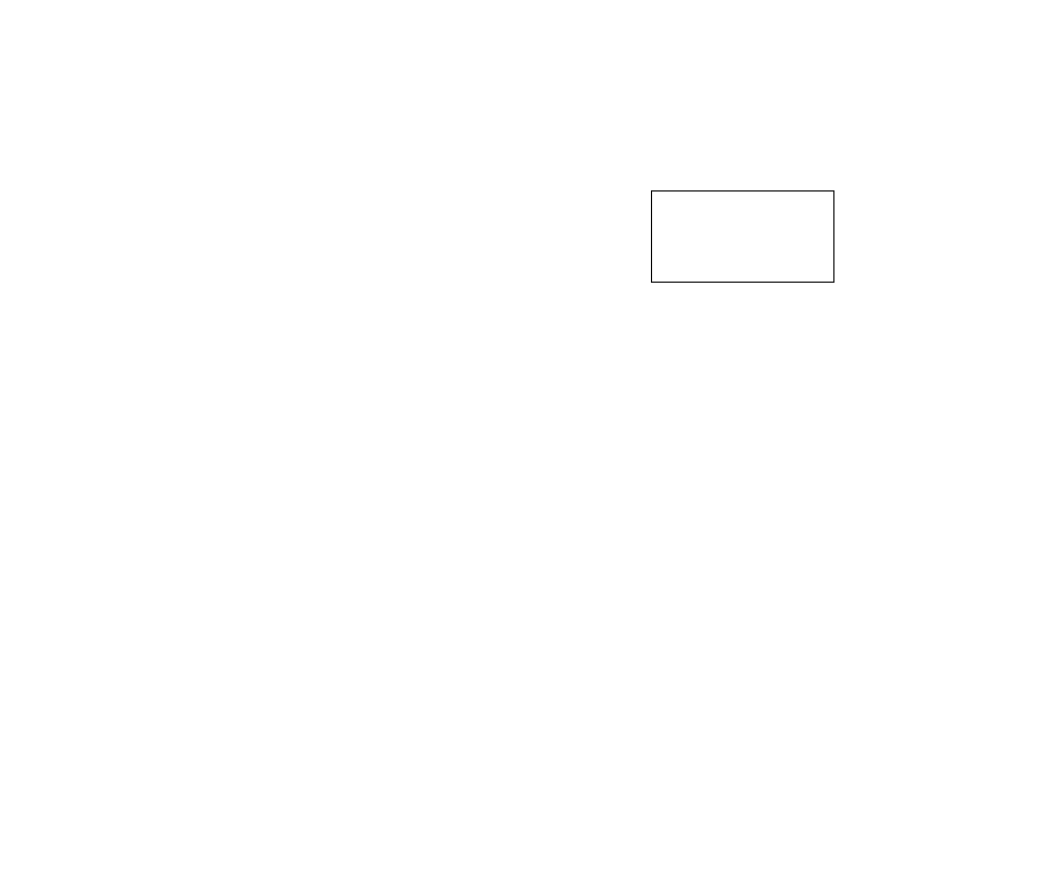
Earlier version of the draw.io diagram DFD.drawio (fitranurindra/13220011_Latihan-4_DataFlowDiagram). Source tidied: cells renumbered, new cells numbered last; positions are measured from the earlier drawing's top-left corner, leaving out a move shared by most shapes. Both pictures are drawn from the tidied source at 114%, with x=0, y=0 at pixel (651, 190).
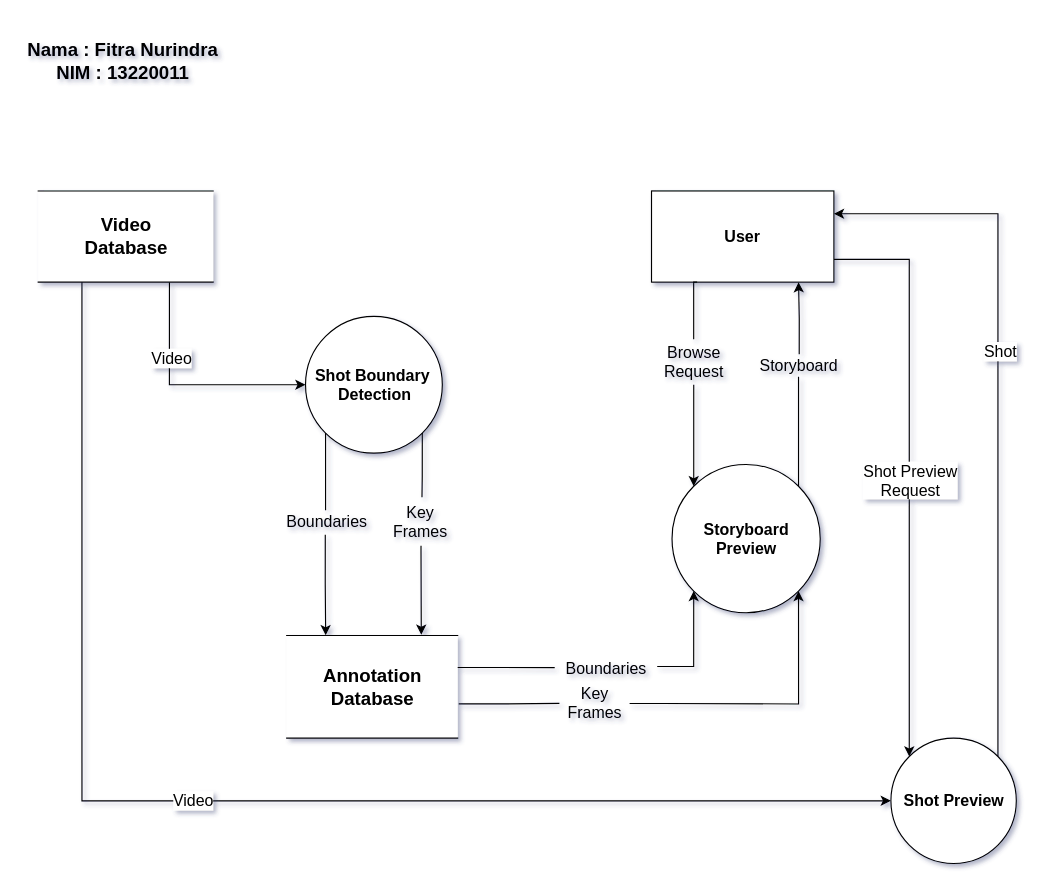
After the change.

What changed in the source:
```diff
@@
-<mxGraphModel>
+<mxGraphModel background="#ffffff" shadow="1">
@@
+    <mxCell id="3" style="edgeStyle=orthogonalEdgeStyle;rounded=0;jettySize=auto;html=1;entryX=0;entryY=0;entryDx=0;entryDy=0;fontSize=14;startArrow=none;" parent="1" edge="1" source="14" target="10">
+      <mxGeometry relative="1" as="geometry" />
+    </mxCell>
+    <mxCell id="4" style="edgeStyle=orthogonalEdgeStyle;rounded=0;jettySize=auto;html=1;exitX=1;exitY=0.75;exitDx=0;exitDy=0;entryX=0;entryY=0;entryDx=0;entryDy=0;fontSize=14;" parent="1" edge="1" source="2" target="13">
+      <mxGeometry relative="1" as="geometry" />
+    </mxCell>
+    <mxCell id="5" value="Shot Preview&lt;br&gt;Request" style="edgeLabel;html=1;align=center;verticalAlign=middle;fontSize=14;" parent="4" vertex="1">
+      <mxGeometry x="0.04" relative="1" as="geometry">
+        <mxPoint y="-1" as="offset" />
+      </mxGeometry>
+    </mxCell>
-    <mxCell id="2" style="rounded=0;whiteSpace=wrap;html=1;hachureGap=4;" parent="1" vertex="1">
+    <mxCell id="2" value="&lt;h3&gt;&lt;b&gt;User&lt;/b&gt;&lt;/h3&gt;" style="rounded=0;whiteSpace=wrap;html=1;hachureGap=4;" parent="1" vertex="1">
       <mxGeometry width="160" height="80" as="geometry" />
     </mxCell>
+    <mxCell id="6" style="edgeStyle=orthogonalEdgeStyle;rounded=0;jettySize=auto;html=1;exitX=0.487;exitY=1.079;exitDx=0;exitDy=0;fontSize=14;entryX=0.228;entryY=-0.003;entryDx=0;entryDy=0;entryPerimeter=0;startArrow=none;exitPerimeter=0;" parent="1" edge="1" source="25" target="20">
+      <mxGeometry relative="1" as="geometry" />
+    </mxCell>
+    <mxCell id="7" style="edgeStyle=orthogonalEdgeStyle;rounded=0;jettySize=auto;html=1;entryX=0.787;entryY=-0.008;entryDx=0;entryDy=0;entryPerimeter=0;fontSize=14;startArrow=none;exitX=0.522;exitY=1.032;exitDx=0;exitDy=0;exitPerimeter=0;" parent="1" edge="1" source="27" target="20">
+      <mxGeometry relative="1" as="geometry">
+        <Array as="points">
+          <mxPoint x="-202" y="314" />
+          <mxPoint x="-202" y="314" />
+        </Array>
+      </mxGeometry>
+    </mxCell>
+    <mxCell id="8" value="&lt;h3&gt;Shot Boundary&amp;nbsp;&lt;br&gt;Detection&lt;br&gt;&lt;/h3&gt;" style="shape=ellipse;html=1;dashed=0;whitespace=wrap;perimeter=ellipsePerimeter;align=center;" parent="1" vertex="1">
+      <mxGeometry x="-303.5" y="110" width="120" height="120" as="geometry" />
+    </mxCell>
+    <mxCell id="9" style="edgeStyle=orthogonalEdgeStyle;rounded=0;jettySize=auto;html=1;fontSize=14;startArrow=none;exitX=0.507;exitY=0.014;exitDx=0;exitDy=0;exitPerimeter=0;" parent="1" edge="1" source="16">
+      <mxGeometry relative="1" as="geometry">
+        <mxPoint x="129" y="80" as="targetPoint" />
+      </mxGeometry>
+    </mxCell>
+    <mxCell id="10" value="&lt;h3&gt;&lt;b style=&quot;font-size: 12px&quot;&gt;&lt;span style=&quot;font-size: 14px&quot;&gt;Storyboard&lt;/span&gt;&lt;/b&gt;&lt;br&gt;&lt;b style=&quot;font-size: 12px&quot;&gt;&lt;span style=&quot;font-size: 14px&quot;&gt;Preview&lt;/span&gt;&lt;/b&gt;&lt;br&gt;&lt;/h3&gt;" style="shape=ellipse;html=1;dashed=0;whitespace=wrap;perimeter=ellipsePerimeter;align=center;" parent="1" vertex="1">
+      <mxGeometry x="18" y="240" width="130" height="130" as="geometry" />
+    </mxCell>
+    <mxCell id="11" style="edgeStyle=orthogonalEdgeStyle;rounded=0;jettySize=auto;html=1;exitX=1;exitY=0;exitDx=0;exitDy=0;entryX=1;entryY=0.25;entryDx=0;entryDy=0;fontSize=14;" parent="1" edge="1" source="13" target="2">
+      <mxGeometry relative="1" as="geometry">
+        <Array as="points">
+          <mxPoint x="304" y="20" />
+        </Array>
+      </mxGeometry>
+    </mxCell>
+    <mxCell id="12" value="Shot" style="edgeLabel;html=1;align=center;verticalAlign=middle;fontSize=14;" parent="11" vertex="1">
+      <mxGeometry x="0.15" y="-2" relative="1" as="geometry">
+        <mxPoint y="1" as="offset" />
+      </mxGeometry>
+    </mxCell>
+    <mxCell id="13" value="&lt;h3&gt;&lt;span style=&quot;font-size: 14px&quot;&gt;Shot Preview&lt;/span&gt;&lt;/h3&gt;" style="shape=ellipse;html=1;dashed=0;whitespace=wrap;perimeter=ellipsePerimeter;align=center;" parent="1" vertex="1">
+      <mxGeometry x="210" y="480" width="110" height="110" as="geometry" />
+    </mxCell>
+    <mxCell id="14" value="Browse&lt;br&gt;Request" style="text;html=1;align=center;verticalAlign=middle;points=[];strokeColor=none;fillColor=none;fontSize=14;" parent="1" vertex="1">
+      <mxGeometry x="2" y="130" width="70" height="40" as="geometry" />
+    </mxCell>
+    <mxCell id="15" style="edgeStyle=orthogonalEdgeStyle;rounded=0;jettySize=auto;html=1;fontSize=14;endArrow=none;exitX=0.25;exitY=1;exitDx=0;exitDy=0;" parent="1" edge="1" source="2" target="14">
+      <mxGeometry relative="1" as="geometry">
+        <Array as="points">
+          <mxPoint x="37" y="80" />
+        </Array>
+      </mxGeometry>
+    </mxCell>
+    <mxCell id="16" value="Storyboard" style="text;html=1;align=center;verticalAlign=middle;points=[];strokeColor=none;fillColor=none;fontSize=14;" parent="1" vertex="1">
+      <mxGeometry x="89" y="143" width="80" height="20" as="geometry" />
+    </mxCell>
+    <mxCell id="17" style="edgeStyle=orthogonalEdgeStyle;rounded=0;jettySize=auto;html=1;exitX=1;exitY=0;exitDx=0;exitDy=0;fontSize=14;endArrow=none;" parent="1" edge="1" source="10" target="16">
+      <mxGeometry relative="1" as="geometry" />
+    </mxCell>
+    <mxCell id="18" style="edgeStyle=orthogonalEdgeStyle;rounded=0;jettySize=auto;html=1;exitX=1;exitY=0.406;exitDx=0;exitDy=0;entryX=0;entryY=1;entryDx=0;entryDy=0;fontSize=14;startArrow=none;exitPerimeter=0;" parent="1" edge="1" source="21" target="10">
+      <mxGeometry relative="1" as="geometry" />
+    </mxCell>
+    <mxCell id="19" style="edgeStyle=orthogonalEdgeStyle;rounded=0;jettySize=auto;html=1;entryX=1;entryY=1;entryDx=0;entryDy=0;fontSize=14;startArrow=none;exitX=1.013;exitY=0.516;exitDx=0;exitDy=0;exitPerimeter=0;" parent="1" edge="1" source="23" target="10">
+      <mxGeometry relative="1" as="geometry">
+        <Array as="points">
+          <mxPoint x="10" y="450" />
+          <mxPoint x="129" y="450" />
+        </Array>
+      </mxGeometry>
+    </mxCell>
+    <mxCell id="20" value="&lt;h3&gt;Annotation&lt;br&gt;Database&lt;br&gt;&lt;/h3&gt;" style="html=1;dashed=0;whitespace=wrap;shape=partialRectangle;right=0;left=0;fontSize=14;" parent="1" vertex="1">
+      <mxGeometry x="-320" y="390" width="150" height="90" as="geometry" />
+    </mxCell>
+    <mxCell id="21" value="Boundaries" style="text;html=1;align=center;verticalAlign=middle;points=[];strokeColor=none;fillColor=none;fontSize=14;" parent="1" vertex="1">
+      <mxGeometry x="-85" y="409" width="90" height="20" as="geometry" />
+    </mxCell>
+    <mxCell id="22" style="edgeStyle=orthogonalEdgeStyle;rounded=0;jettySize=auto;html=1;entryX=0.001;entryY=0.455;entryDx=0;entryDy=0;fontSize=14;endArrow=none;entryPerimeter=0;" parent="1" edge="1" source="20" target="21">
+      <mxGeometry relative="1" as="geometry">
+        <Array as="points">
+          <mxPoint x="-150" y="418" />
+          <mxPoint x="-150" y="418" />
+        </Array>
+      </mxGeometry>
+    </mxCell>
+    <mxCell id="23" value="Key&lt;br&gt;Frames" style="text;html=1;align=center;verticalAlign=middle;points=[];strokeColor=none;fillColor=none;fontSize=14;" parent="1" vertex="1">
+      <mxGeometry x="-80" y="429" width="60" height="40" as="geometry" />
+    </mxCell>
+    <mxCell id="24" style="edgeStyle=orthogonalEdgeStyle;rounded=0;jettySize=auto;html=1;fontSize=14;endArrow=none;exitX=1.006;exitY=0.666;exitDx=0;exitDy=0;exitPerimeter=0;entryX=-0.013;entryY=0.511;entryDx=0;entryDy=0;entryPerimeter=0;" parent="1" edge="1" source="20" target="23">
+      <mxGeometry relative="1" as="geometry" />
+    </mxCell>
+    <mxCell id="25" value="Boundaries" style="text;html=1;align=center;verticalAlign=middle;points=[];strokeColor=none;fillColor=none;fontSize=14;" parent="1" vertex="1">
+      <mxGeometry x="-330" y="280" width="90" height="20" as="geometry" />
+    </mxCell>
+    <mxCell id="26" style="edgeStyle=orthogonalEdgeStyle;rounded=0;jettySize=auto;html=1;exitX=0;exitY=1;exitDx=0;exitDy=0;fontSize=14;endArrow=none;entryX=0.49;entryY=0;entryDx=0;entryDy=0;entryPerimeter=0;" parent="1" edge="1" source="8" target="25">
+      <mxGeometry relative="1" as="geometry" />
+    </mxCell>
+    <mxCell id="27" value="Key&lt;br&gt;Frames" style="text;html=1;align=center;verticalAlign=middle;points=[];strokeColor=none;fillColor=none;fontSize=14;" parent="1" vertex="1">
+      <mxGeometry x="-233.5" y="270" width="60" height="40" as="geometry" />
+    </mxCell>
+    <mxCell id="28" style="edgeStyle=orthogonalEdgeStyle;rounded=0;jettySize=auto;html=1;exitX=1;exitY=1;exitDx=0;exitDy=0;fontSize=14;endArrow=none;entryX=0.536;entryY=-0.034;entryDx=0;entryDy=0;entryPerimeter=0;" parent="1" edge="1" source="8" target="27">
+      <mxGeometry relative="1" as="geometry">
+        <Array as="points">
+          <mxPoint x="-201" y="250" />
+        </Array>
+      </mxGeometry>
+    </mxCell>
+    <mxCell id="29" style="edgeStyle=orthogonalEdgeStyle;rounded=0;jettySize=auto;html=1;exitX=0.75;exitY=1;exitDx=0;exitDy=0;entryX=0;entryY=0.5;entryDx=0;entryDy=0;fontSize=14;" parent="1" edge="1" source="33" target="8">
+      <mxGeometry relative="1" as="geometry" />
+    </mxCell>
+    <mxCell id="30" value="Video" style="edgeLabel;html=1;align=center;verticalAlign=middle;fontSize=14;" parent="29" vertex="1">
+      <mxGeometry x="-0.37" y="1" relative="1" as="geometry" />
+    </mxCell>
+    <mxCell id="31" style="edgeStyle=orthogonalEdgeStyle;rounded=0;jettySize=auto;html=1;exitX=0.25;exitY=1;exitDx=0;exitDy=0;entryX=0;entryY=0.5;entryDx=0;entryDy=0;fontSize=14;" parent="1" edge="1" source="33" target="13">
+      <mxGeometry relative="1" as="geometry" />
+    </mxCell>
+    <mxCell id="32" value="Video" style="edgeLabel;html=1;align=center;verticalAlign=middle;fontSize=14;" parent="31" vertex="1">
+      <mxGeometry x="-0.05" y="1" relative="1" as="geometry">
+        <mxPoint x="-1" as="offset" />
+      </mxGeometry>
+    </mxCell>
+    <mxCell id="33" value="&lt;h3&gt;Video&lt;br&gt;Database&lt;br&gt;&lt;/h3&gt;" style="html=1;dashed=0;whitespace=wrap;shape=partialRectangle;right=0;left=0;fontSize=14;" parent="1" vertex="1">
+      <mxGeometry x="-538" width="153.5" height="80" as="geometry" />
+    </mxCell>
+    <mxCell id="34" value="&lt;h3&gt;Nama : Fitra Nurindra&lt;br&gt;NIM : 13220011&lt;br&gt;&lt;/h3&gt;&lt;div&gt;&lt;br&gt;&lt;/div&gt;" style="text;html=1;align=center;verticalAlign=middle;strokeColor=none;fillColor=none;fontSize=14;" parent="1" vertex="1">
+      <mxGeometry x="-554" y="-150" width="180" height="90" as="geometry" />
+    </mxCell>
```
